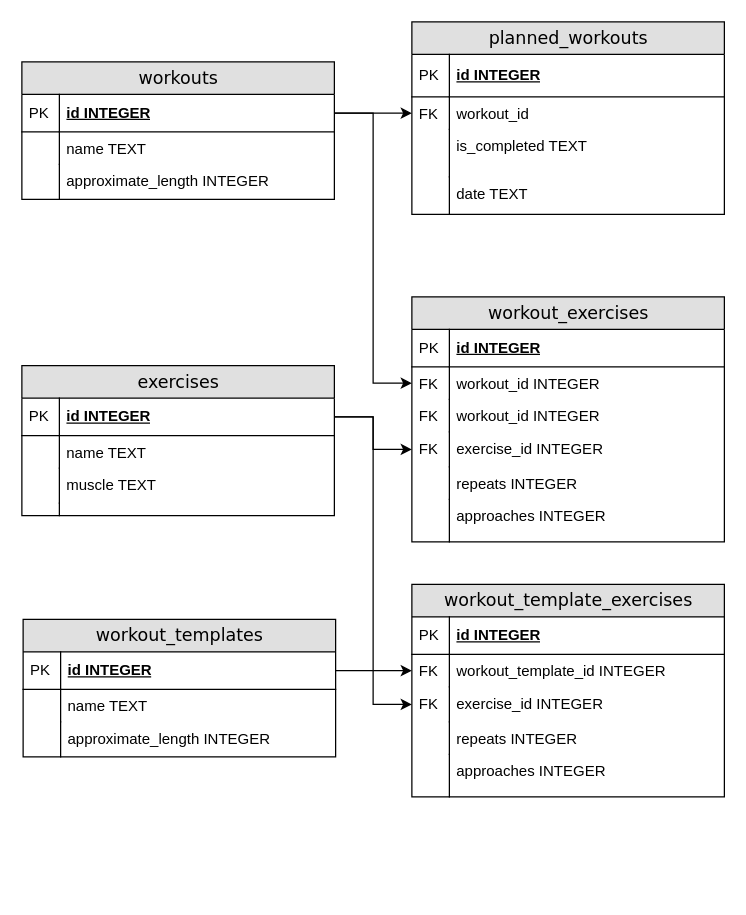
The draw.io diagram docs/db_schema.drawio in qiisqwww/SamsungSchoolProject, before the edit. Source tidied: cells renumbered, new cells numbered last; positions are measured from the earlier drawing's top-left corner, leaving out a move shared by most shapes. Both pictures are drawn from the tidied source at 125%, with x=0, y=0 at pixel (21, 21).
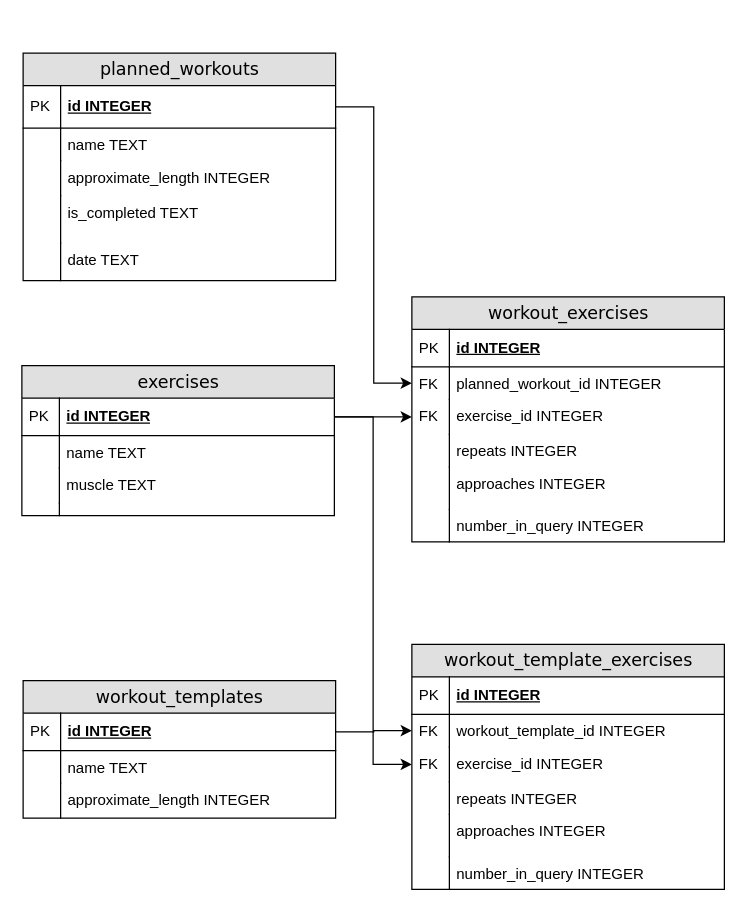
The same diagram, later.

Commit message:
loaded new db schema to docs catalog

Unchanged cells that the change refers to:
```xml
<mxCell id="9" value="workout_exercises" style="swimlane;html=1;fontStyle=0;horizontal=1;startSize=26;fillColor=#e0e0e0;swimlaneFillColor=#ffffff;align=center;rounded=0;shadow=0;comic=0;labelBackgroundColor=none;strokeWidth=1;fontFamily=Verdana;fontSize=14;" parent="1" vertex="1">
  <mxGeometry x="312" y="220" width="250" height="196" as="geometry" />
</mxCell>
<mxCell id="34" value="id INTEGER" style="shape=partialRectangle;top=0;left=0;right=0;bottom=1;html=1;align=left;verticalAlign=middle;fillColor=none;spacingLeft=34;spacingRight=4;whiteSpace=wrap;overflow=hidden;points=[[0,0.5],[1,0.5]];portConstraint=eastwest;fontStyle=5;" parent="33" vertex="1">
  <mxGeometry y="26" width="250" height="34" as="geometry" />
</mxCell>
<mxCell id="44" value="id INTEGER" style="shape=partialRectangle;top=0;left=0;right=0;bottom=1;html=1;align=left;verticalAlign=middle;fillColor=none;spacingLeft=34;spacingRight=4;whiteSpace=wrap;overflow=hidden;points=[[0,0.5],[1,0.5]];portConstraint=eastwest;fontStyle=5;" parent="43" vertex="1">
  <mxGeometry y="26" width="250" height="30" as="geometry" />
</mxCell>
<mxCell id="53" value="workout_template_id INTEGER" style="shape=partialRectangle;top=0;left=0;right=0;bottom=0;html=1;align=left;verticalAlign=top;fillColor=none;spacingLeft=34;spacingRight=4;whiteSpace=wrap;overflow=hidden;points=[[0,0.5],[1,0.5]];portConstraint=eastwest;" parent="50" vertex="1">
  <mxGeometry y="56" width="250" height="26" as="geometry" />
</mxCell>
<mxCell id="57" value="repeats INTEGER" style="shape=partialRectangle;top=0;left=0;right=0;bottom=0;html=1;align=left;verticalAlign=top;fillColor=none;spacingLeft=34;spacingRight=4;whiteSpace=wrap;overflow=hidden;" parent="50" vertex="1">
  <mxGeometry y="110" width="250" height="26" as="geometry" />
</mxCell>
```

The edit, as a diff of the source:
```diff
@@
-    <mxCell id="2" value="workouts" style="swimlane;html=1;fontStyle=0;horizontal=1;startSize=26;fillColor=#e0e0e0;swimlaneFillColor=#ffffff;align=center;rounded=0;shadow=0;comic=0;labelBackgroundColor=none;strokeWidth=1;fontFamily=Verdana;fontSize=14;" parent="1" vertex="1">
-      <mxGeometry y="32" width="250" height="110" as="geometry" />
-    </mxCell>
-    <mxCell id="3" value="id INTEGER" style="shape=partialRectangle;top=0;left=0;right=0;bottom=1;html=1;align=left;verticalAlign=middle;fillColor=none;spacingLeft=34;spacingRight=4;whiteSpace=wrap;overflow=hidden;points=[[0,0.5],[1,0.5]];portConstraint=eastwest;fontStyle=5;" parent="2" vertex="1">
-      <mxGeometry y="26" width="250" height="30" as="geometry" />
-    </mxCell>
-    <mxCell id="4" value="PK" style="shape=partialRectangle;top=0;left=0;bottom=0;html=1;fillColor=none;align=left;verticalAlign=middle;spacingLeft=4;spacingRight=4;whiteSpace=wrap;overflow=hidden;" parent="3" vertex="1">
-      <mxGeometry width="30" height="30" as="geometry" />
-    </mxCell>
-    <mxCell id="5" value="name TEXT" style="shape=partialRectangle;top=0;left=0;right=0;bottom=0;html=1;align=left;verticalAlign=top;fillColor=none;spacingLeft=34;spacingRight=4;whiteSpace=wrap;overflow=hidden;" parent="2" vertex="1">
-      <mxGeometry y="56" width="250" height="26" as="geometry" />
-    </mxCell>
-    <mxCell id="6" style="shape=partialRectangle;top=0;left=0;bottom=0;html=1;fillColor=none;align=left;verticalAlign=top;spacingLeft=4;spacingRight=4;whiteSpace=wrap;overflow=hidden;" parent="5" vertex="1">
-      <mxGeometry width="30" height="26" as="geometry" />
-    </mxCell>
-    <mxCell id="7" value="approximate_length INTEGER" style="shape=partialRectangle;top=0;left=0;right=0;bottom=0;html=1;align=left;verticalAlign=top;fillColor=none;spacingLeft=34;spacingRight=4;whiteSpace=wrap;overflow=hidden;" parent="2" vertex="1">
-      <mxGeometry y="82" width="250" height="28" as="geometry" />
-    </mxCell>
-    <mxCell id="8" style="shape=partialRectangle;top=0;left=0;bottom=0;html=1;fillColor=none;align=left;verticalAlign=top;spacingLeft=4;spacingRight=4;whiteSpace=wrap;overflow=hidden;" parent="7" vertex="1">
-      <mxGeometry width="30" height="28" as="geometry" />
-    </mxCell>
@@
-    <mxCell id="12" value="workout_id INTEGER" style="shape=partialRectangle;top=0;left=0;right=0;bottom=0;html=1;align=left;verticalAlign=top;fillColor=none;spacingLeft=34;spacingRight=4;whiteSpace=wrap;overflow=hidden;points=[[0,0.5],[1,0.5]];portConstraint=eastwest;" parent="9" vertex="1">
+    <mxCell id="12" value="planned_workout_id INTEGER" style="shape=partialRectangle;top=0;left=0;right=0;bottom=0;html=1;align=left;verticalAlign=top;fillColor=none;spacingLeft=34;spacingRight=4;whiteSpace=wrap;overflow=hidden;points=[[0,0.5],[1,0.5]];portConstraint=eastwest;" parent="9" vertex="1">
       <mxGeometry y="56" width="250" height="26" as="geometry" />
     </mxCell>
@@
-    <mxCell id="14" value="workout_id INTEGER" style="shape=partialRectangle;top=0;left=0;right=0;bottom=0;html=1;align=left;verticalAlign=top;fillColor=none;spacingLeft=34;spacingRight=4;whiteSpace=wrap;overflow=hidden;" parent="9" vertex="1">
-      <mxGeometry y="82" width="250" height="26" as="geometry" />
-    </mxCell>
-    <mxCell id="15" value="FK" style="shape=partialRectangle;top=0;left=0;bottom=0;html=1;fillColor=none;align=left;verticalAlign=top;spacingLeft=4;spacingRight=4;whiteSpace=wrap;overflow=hidden;" parent="14" vertex="1">
-      <mxGeometry width="30" height="26" as="geometry" />
-    </mxCell>
     <mxCell id="16" value="exercise_id INTEGER" style="shape=partialRectangle;top=0;left=0;right=0;bottom=0;html=1;align=left;verticalAlign=top;fillColor=none;spacingLeft=34;spacingRight=4;whiteSpace=wrap;overflow=hidden;points=[[0,0.5],[1,0.5]];portConstraint=eastwest;" parent="9" vertex="1">
-      <mxGeometry y="108" width="250" height="28" as="geometry" />
+      <mxGeometry y="82" width="250" height="28" as="geometry" />
     </mxCell>
@@
     <mxCell id="18" value="repeats INTEGER" style="shape=partialRectangle;top=0;left=0;right=0;bottom=0;html=1;align=left;verticalAlign=top;fillColor=none;spacingLeft=34;spacingRight=4;whiteSpace=wrap;overflow=hidden;" parent="9" vertex="1">
-      <mxGeometry y="136" width="250" height="26" as="geometry" />
+      <mxGeometry y="110" width="250" height="26" as="geometry" />
     </mxCell>
@@
     <mxCell id="20" value="approaches INTEGER" style="shape=partialRectangle;top=0;left=0;right=0;bottom=0;html=1;align=left;verticalAlign=top;fillColor=none;spacingLeft=34;spacingRight=4;whiteSpace=wrap;overflow=hidden;" parent="9" vertex="1">
-      <mxGeometry y="162" width="250" height="34" as="geometry" />
+      <mxGeometry y="136" width="250" height="34" as="geometry" />
     </mxCell>
@@
+    <mxCell id="63" value="number_in_query INTEGER" style="shape=partialRectangle;top=0;left=0;right=0;bottom=0;html=1;align=left;verticalAlign=top;fillColor=none;spacingLeft=34;spacingRight=4;whiteSpace=wrap;overflow=hidden;" parent="9" vertex="1">
+      <mxGeometry y="170" width="250" height="26" as="geometry" />
+    </mxCell>
+    <mxCell id="64" style="shape=partialRectangle;top=0;left=0;bottom=0;html=1;fillColor=none;align=left;verticalAlign=top;spacingLeft=4;spacingRight=4;whiteSpace=wrap;overflow=hidden;" parent="63" vertex="1">
+      <mxGeometry width="30" height="26" as="geometry" />
+    </mxCell>
@@
-    <mxCell id="32" style="edgeStyle=orthogonalEdgeStyle;rounded=0;jettySize=auto;html=1;exitX=1;exitY=0.5;exitDx=0;exitDy=0;entryX=0;entryY=0.5;entryDx=0;entryDy=0;" parent="1" edge="1" source="3" target="12">
-      <mxGeometry relative="1" as="geometry" />
-    </mxCell>
     <mxCell id="33" value="planned_workouts" style="swimlane;html=1;fontStyle=0;horizontal=1;startSize=26;fillColor=#e0e0e0;swimlaneFillColor=#ffffff;align=center;rounded=0;shadow=0;comic=0;labelBackgroundColor=none;strokeWidth=1;fontFamily=Verdana;fontSize=14;" parent="1" vertex="1">
-      <mxGeometry x="312" width="250" height="154" as="geometry" />
+      <mxGeometry x="1" y="25" width="250" height="182" as="geometry" />
     </mxCell>
@@
-    <mxCell id="36" value="workout_id" style="shape=partialRectangle;top=0;left=0;right=0;bottom=0;html=1;align=left;verticalAlign=top;fillColor=none;spacingLeft=34;spacingRight=4;whiteSpace=wrap;overflow=hidden;points=[[0,0.5],[1,0.5]];portConstraint=eastwest;" parent="33" vertex="1">
-      <mxGeometry y="60" width="250" height="26" as="geometry" />
-    </mxCell>
-    <mxCell id="37" value="FK" style="shape=partialRectangle;top=0;left=0;bottom=0;html=1;fillColor=none;align=left;verticalAlign=top;spacingLeft=4;spacingRight=4;whiteSpace=wrap;overflow=hidden;" parent="36" vertex="1">
-      <mxGeometry width="30" height="26" as="geometry" />
-    </mxCell>
+    <mxCell id="5" value="name TEXT" style="shape=partialRectangle;top=0;left=0;right=0;bottom=0;html=1;align=left;verticalAlign=top;fillColor=none;spacingLeft=34;spacingRight=4;whiteSpace=wrap;overflow=hidden;" parent="33" vertex="1">
+      <mxGeometry y="60" width="250" height="26" as="geometry" />
+    </mxCell>
+    <mxCell id="6" style="shape=partialRectangle;top=0;left=0;bottom=0;html=1;fillColor=none;align=left;verticalAlign=top;spacingLeft=4;spacingRight=4;whiteSpace=wrap;overflow=hidden;" parent="5" vertex="1">
+      <mxGeometry width="30" height="26" as="geometry" />
+    </mxCell>
+    <mxCell id="7" value="approximate_length INTEGER" style="shape=partialRectangle;top=0;left=0;right=0;bottom=0;html=1;align=left;verticalAlign=top;fillColor=none;spacingLeft=34;spacingRight=4;whiteSpace=wrap;overflow=hidden;" parent="33" vertex="1">
+      <mxGeometry y="86" width="250" height="28" as="geometry" />
+    </mxCell>
+    <mxCell id="8" style="shape=partialRectangle;top=0;left=0;bottom=0;html=1;fillColor=none;align=left;verticalAlign=top;spacingLeft=4;spacingRight=4;whiteSpace=wrap;overflow=hidden;" parent="7" vertex="1">
+      <mxGeometry width="30" height="28" as="geometry" />
+    </mxCell>
     <mxCell id="38" value="is_completed TEXT" style="shape=partialRectangle;top=0;left=0;right=0;bottom=0;html=1;align=left;verticalAlign=top;fillColor=none;spacingLeft=34;spacingRight=4;whiteSpace=wrap;overflow=hidden;" parent="33" vertex="1">
-      <mxGeometry y="86" width="250" height="38" as="geometry" />
+      <mxGeometry y="114" width="250" height="38" as="geometry" />
     </mxCell>
@@
     <mxCell id="40" value="date TEXT" style="shape=partialRectangle;top=0;left=0;right=0;bottom=0;html=1;align=left;verticalAlign=top;fillColor=none;spacingLeft=34;spacingRight=4;whiteSpace=wrap;overflow=hidden;" parent="33" vertex="1">
-      <mxGeometry y="124" width="250" height="30" as="geometry" />
+      <mxGeometry y="152" width="250" height="30" as="geometry" />
     </mxCell>
@@
-    <mxCell id="42" style="edgeStyle=orthogonalEdgeStyle;rounded=0;jettySize=auto;html=1;exitX=1;exitY=0.5;exitDx=0;exitDy=0;entryX=0;entryY=0.5;entryDx=0;entryDy=0;" parent="1" edge="1" source="3" target="36">
-      <mxGeometry relative="1" as="geometry" />
-    </mxCell>
     <mxCell id="43" value="workout_templates&lt;br&gt;" style="swimlane;html=1;fontStyle=0;horizontal=1;startSize=26;fillColor=#e0e0e0;swimlaneFillColor=#ffffff;align=center;rounded=0;shadow=0;comic=0;labelBackgroundColor=none;strokeWidth=1;fontFamily=Verdana;fontSize=14;" parent="1" vertex="1">
-      <mxGeometry x="1" y="478" width="250" height="110" as="geometry" />
+      <mxGeometry x="1" y="527" width="250" height="110" as="geometry" />
     </mxCell>
@@
     <mxCell id="50" value="workout_template_exercises" style="swimlane;html=1;fontStyle=0;horizontal=1;startSize=26;fillColor=#e0e0e0;swimlaneFillColor=#ffffff;align=center;rounded=0;shadow=0;comic=0;labelBackgroundColor=none;strokeWidth=1;fontFamily=Verdana;fontSize=14;" parent="1" vertex="1">
-      <mxGeometry x="312" y="450" width="250" height="170" as="geometry" />
+      <mxGeometry x="312" y="498" width="250" height="196" as="geometry" />
     </mxCell>
-    <mxCell id="51" value="id INTEGER" style="shape=partialRectangle;top=0;left=0;right=0;bottom=1;html=1;align=left;verticalAlign=middle;fillColor=none;spacingLeft=34;spacingRight=4;whiteSpace=wrap;overflow=hidden;fontStyle=5;" parent="50" vertex="1">
-      <mxGeometry y="26" width="250" height="30" as="geometry" />
-    </mxCell>
-    <mxCell id="52" value="PK" style="shape=partialRectangle;top=0;left=0;bottom=0;html=1;fillColor=none;align=left;verticalAlign=middle;spacingLeft=4;spacingRight=4;whiteSpace=wrap;overflow=hidden;" parent="51" vertex="1">
-      <mxGeometry width="30" height="30" as="geometry" />
-    </mxCell>
+    <mxCell id="65" value="id INTEGER" style="shape=partialRectangle;top=0;left=0;right=0;bottom=1;html=1;align=left;verticalAlign=middle;fillColor=none;spacingLeft=34;spacingRight=4;whiteSpace=wrap;overflow=hidden;fontStyle=5;" parent="50" vertex="1">
+      <mxGeometry y="26" width="250" height="30" as="geometry" />
+    </mxCell>
+    <mxCell id="66" value="PK" style="shape=partialRectangle;top=0;left=0;bottom=0;html=1;fillColor=none;align=left;verticalAlign=middle;spacingLeft=4;spacingRight=4;whiteSpace=wrap;overflow=hidden;" parent="65" vertex="1">
+      <mxGeometry width="30" height="30" as="geometry" />
+    </mxCell>
@@
-    <mxCell id="54" value="FK" style="shape=partialRectangle;top=0;left=0;bottom=0;html=1;fillColor=none;align=left;verticalAlign=top;spacingLeft=4;spacingRight=4;whiteSpace=wrap;overflow=hidden;" parent="53" vertex="1">
-      <mxGeometry width="30" height="26" as="geometry" />
-    </mxCell>
+    <mxCell id="67" value="FK" style="shape=partialRectangle;top=0;left=0;bottom=0;html=1;fillColor=none;align=left;verticalAlign=top;spacingLeft=4;spacingRight=4;whiteSpace=wrap;overflow=hidden;" parent="53" vertex="1">
+      <mxGeometry width="30" height="26" as="geometry" />
+    </mxCell>
@@
-    <mxCell id="58" style="shape=partialRectangle;top=0;left=0;bottom=0;html=1;fillColor=none;align=left;verticalAlign=top;spacingLeft=4;spacingRight=4;whiteSpace=wrap;overflow=hidden;" parent="57" vertex="1">
-      <mxGeometry width="30" height="26" as="geometry" />
-    </mxCell>
+    <mxCell id="68" style="shape=partialRectangle;top=0;left=0;bottom=0;html=1;fillColor=none;align=left;verticalAlign=top;spacingLeft=4;spacingRight=4;whiteSpace=wrap;overflow=hidden;" parent="57" vertex="1">
+      <mxGeometry width="30" height="26" as="geometry" />
+    </mxCell>
@@
+    <mxCell id="69" value="number_in_query INTEGER" style="shape=partialRectangle;top=0;left=0;right=0;bottom=0;html=1;align=left;verticalAlign=top;fillColor=none;spacingLeft=34;spacingRight=4;whiteSpace=wrap;overflow=hidden;" parent="50" vertex="1">
+      <mxGeometry y="170" width="250" height="26" as="geometry" />
+    </mxCell>
+    <mxCell id="70" style="shape=partialRectangle;top=0;left=0;bottom=0;html=1;fillColor=none;align=left;verticalAlign=top;spacingLeft=4;spacingRight=4;whiteSpace=wrap;overflow=hidden;" parent="69" vertex="1">
+      <mxGeometry width="30" height="26" as="geometry" />
+    </mxCell>
+    <mxCell id="62" style="edgeStyle=orthogonalEdgeStyle;rounded=0;jettySize=auto;html=1;exitX=1;exitY=0.5;exitDx=0;exitDy=0;entryX=0;entryY=0.5;entryDx=0;entryDy=0;" parent="1" edge="1" source="44" target="53">
+      <mxGeometry relative="1" as="geometry" />
+    </mxCell>
@@
-    <mxCell id="62" style="edgeStyle=orthogonalEdgeStyle;rounded=0;jettySize=auto;html=1;exitX=1;exitY=0.5;exitDx=0;exitDy=0;entryX=0;entryY=0.5;entryDx=0;entryDy=0;" parent="1" edge="1" source="44" target="53">
-      <mxGeometry relative="1" as="geometry" />
-    </mxCell>
+    <mxCell id="71" style="edgeStyle=orthogonalEdgeStyle;rounded=0;jettySize=auto;html=1;exitX=1;exitY=0.5;exitDx=0;exitDy=0;entryX=0;entryY=0.5;entryDx=0;entryDy=0;" parent="1" edge="1" source="34" target="12">
+      <mxGeometry relative="1" as="geometry" />
+    </mxCell>
```
